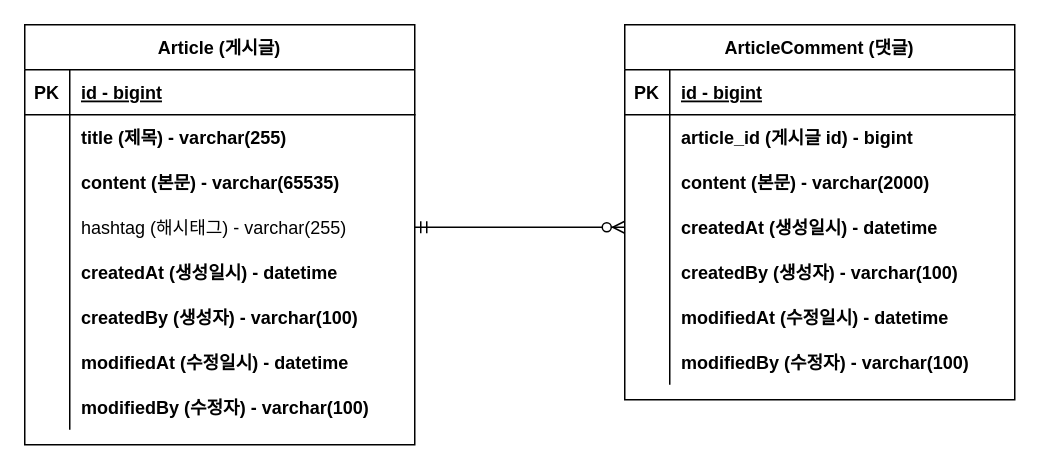
This is document/제목 없는 다이어그램.drawio from ohy2525/spring-board, a draw.io file, before an edit. Source tidied: cells renumbered, new cells numbered last; positions are measured from the earlier drawing's top-left corner, leaving out a move shared by most shapes. Both pictures are drawn from the tidied source at 150%, with x=0, y=0 at pixel (24, 24).
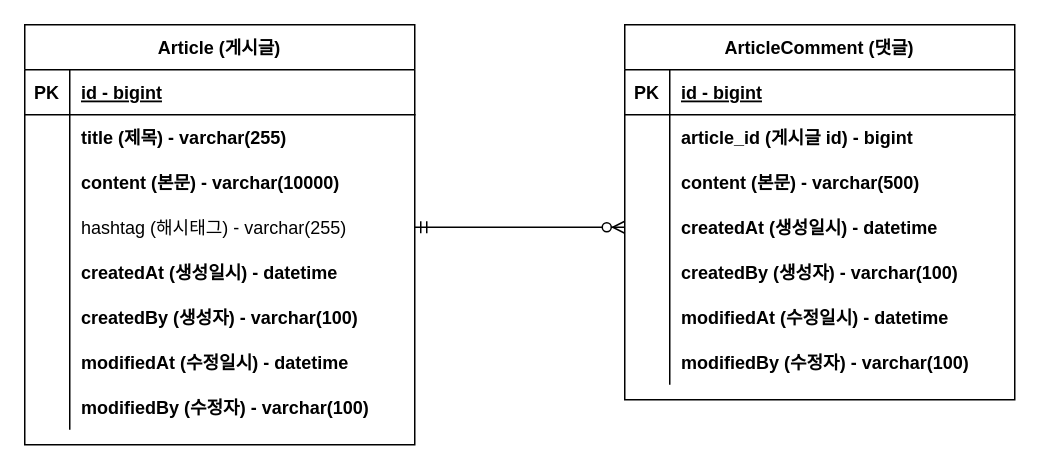
After the change.

Commit message:
ERD 업데이트

The change refers to these unchanged cells:
```xml
<mxCell id="9" style="shape=tableRow;horizontal=0;startSize=0;swimlaneHead=0;swimlaneBody=0;fillColor=none;top=0;left=0;right=0;bottom=0;" parent="2" vertex="1">
  <mxGeometry y="90" width="260" height="30" as="geometry" />
</mxCell>
<mxCell id="34" style="shape=tableRow;horizontal=0;startSize=0;swimlaneHead=0;swimlaneBody=0;fillColor=none;top=0;left=0;right=0;bottom=0;" parent="27" vertex="1">
  <mxGeometry y="90" width="260" height="30" as="geometry" />
</mxCell>
```

Change to the diagram source:
```diff
@@
-    <mxCell id="11" value="content (본문) - varchar(65535)" style="shape=partialRectangle;fillColor=none;top=0;left=0;bottom=0;right=0;align=left;spacingLeft=6;overflow=hidden;fontStyle=1;" parent="9" vertex="1">
+    <mxCell id="11" value="content (본문) - varchar(10000)" style="shape=partialRectangle;fillColor=none;top=0;left=0;bottom=0;right=0;align=left;spacingLeft=6;overflow=hidden;fontStyle=1;" parent="9" vertex="1">
       <mxGeometry x="30" width="230" height="30" as="geometry" />
     </mxCell>
@@
-    <mxCell id="36" value="content (본문) - varchar(2000)" style="shape=partialRectangle;fillColor=none;top=0;left=0;bottom=0;right=0;align=left;spacingLeft=6;overflow=hidden;fontStyle=1;" parent="34" vertex="1">
+    <mxCell id="36" value="content (본문) - varchar(500)" style="shape=partialRectangle;fillColor=none;top=0;left=0;bottom=0;right=0;align=left;spacingLeft=6;overflow=hidden;fontStyle=1;" parent="34" vertex="1">
       <mxGeometry x="30" width="230" height="30" as="geometry" />
     </mxCell>
```
